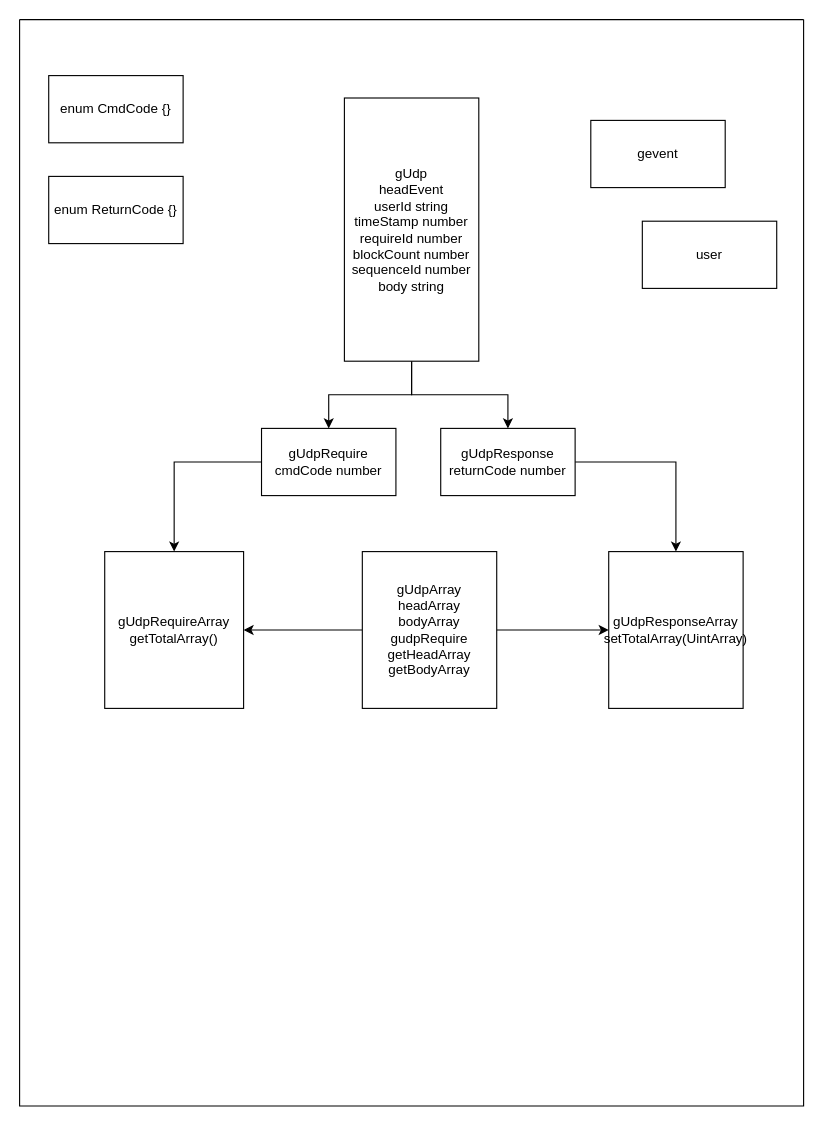
Above: Untitled Diagram.drawio in 605682883/flowPhoto (draw.io), before the change. Source tidied: cells renumbered, new cells numbered last; positions are measured from the earlier drawing's top-left corner, leaving out a move shared by most shapes. Both pictures are drawn from the tidied source at 112%, with x=0, y=0 at pixel (19, 19).
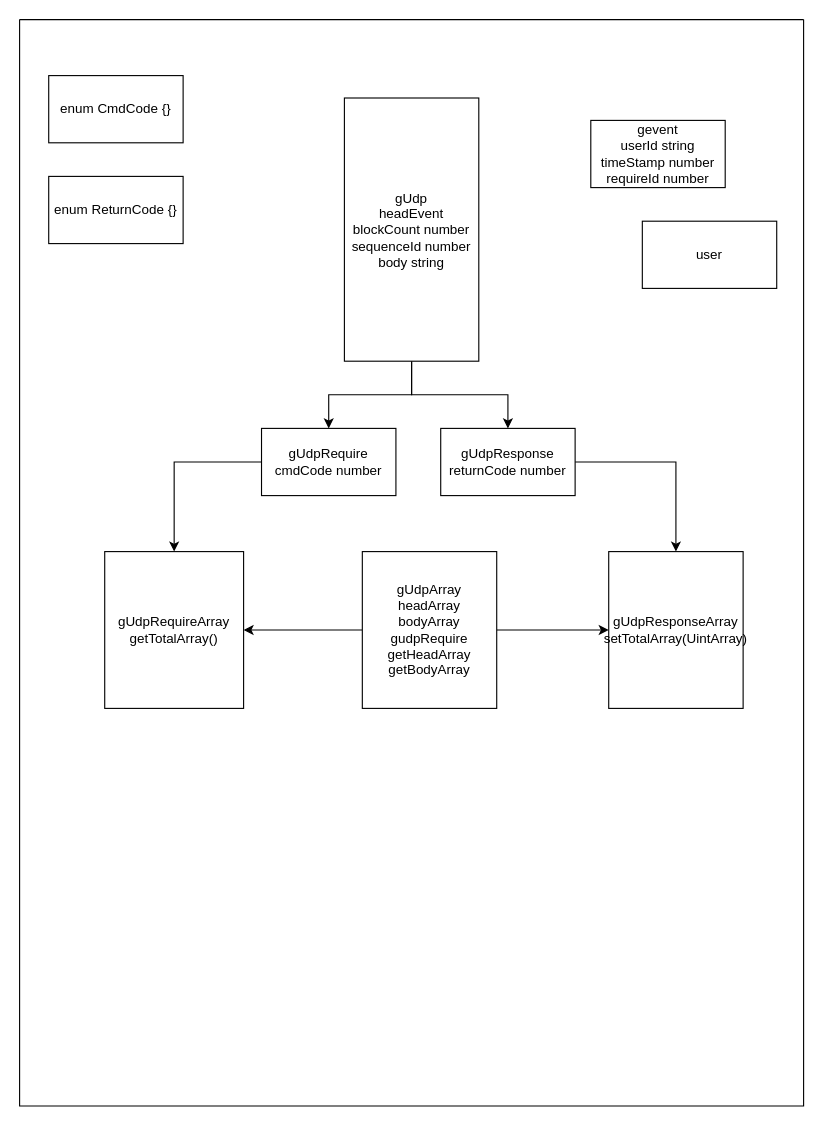
The same page after the edit.

Change to the diagram source:
```diff
@@
 <mxGraphModel>
   <root>
     <mxCell id="0" />
     <mxCell id="1" parent="0" />
     <mxCell id="2" style="swimlane;startSize=0;" parent="1" vertex="1">
       <mxGeometry width="700" height="970" as="geometry" />
     </mxCell>
     <mxCell id="3" value="user" style="rounded=0;whiteSpace=wrap;html=1;" parent="2" vertex="1">
       <mxGeometry x="556" y="180" width="120" height="60" as="geometry" />
     </mxCell>
     <mxCell id="4" style="edgeStyle=orthogonalEdgeStyle;rounded=0;jettySize=auto;html=1;" parent="2" edge="1" source="6" target="15">
       <mxGeometry relative="1" as="geometry" />
     </mxCell>
     <mxCell id="5" style="edgeStyle=orthogonalEdgeStyle;rounded=0;jettySize=auto;html=1;" parent="2" edge="1" source="6" target="16">
       <mxGeometry relative="1" as="geometry" />
     </mxCell>
     <mxCell id="6" value="gUdpArray&lt;br&gt;headArray&lt;br&gt;bodyArray&lt;br&gt;gudpRequire&lt;br&gt;getHeadArray&lt;br&gt;getBodyArray" style="rounded=0;whiteSpace=wrap;html=1;" parent="2" vertex="1">
       <mxGeometry x="306" y="475" width="120" height="140" as="geometry" />
     </mxCell>
-    <mxCell id="7" value="gevent" style="rounded=0;whiteSpace=wrap;html=1;" parent="2" vertex="1">
+    <mxCell id="7" value="gevent&lt;br&gt;userId string&lt;br&gt;timeStamp number&lt;br&gt;requireId number" style="rounded=0;whiteSpace=wrap;html=1;" parent="2" vertex="1">
       <mxGeometry x="510" y="90" width="120" height="60" as="geometry" />
     </mxCell>
     <mxCell id="8" style="edgeStyle=orthogonalEdgeStyle;rounded=0;jettySize=auto;html=1;" parent="2" edge="1" source="10" target="12">
       <mxGeometry relative="1" as="geometry" />
     </mxCell>
     <mxCell id="9" style="edgeStyle=orthogonalEdgeStyle;rounded=0;jettySize=auto;html=1;" parent="2" edge="1" source="10" target="14">
       <mxGeometry relative="1" as="geometry" />
     </mxCell>
-    <mxCell id="10" value="gUdp&lt;br&gt;headEvent&lt;br&gt;userId string&lt;br&gt;timeStamp number&lt;br&gt;requireId number&lt;br&gt;blockCount number&lt;br&gt;sequenceId number&lt;br&gt;body string" style="rounded=0;whiteSpace=wrap;html=1;" parent="2" vertex="1">
+    <mxCell id="10" value="gUdp&lt;br&gt;headEvent&lt;br&gt;blockCount number&lt;br&gt;sequenceId number&lt;br&gt;body string" style="rounded=0;whiteSpace=wrap;html=1;" parent="2" vertex="1">
       <mxGeometry x="290" y="70" width="120" height="235" as="geometry" />
     </mxCell>
     <mxCell id="11" style="edgeStyle=orthogonalEdgeStyle;rounded=0;jettySize=auto;html=1;entryX=0.5;entryY=0;entryDx=0;entryDy=0;" parent="2" edge="1" source="12" target="15">
       <mxGeometry relative="1" as="geometry" />
     </mxCell>
     <mxCell id="12" value="&lt;span&gt;gUdpRequire&lt;br&gt;cmdCode number&lt;/span&gt;" style="rounded=0;whiteSpace=wrap;html=1;" parent="2" vertex="1">
       <mxGeometry x="216" y="365" width="120" height="60" as="geometry" />
     </mxCell>
     <mxCell id="13" style="edgeStyle=orthogonalEdgeStyle;rounded=0;jettySize=auto;html=1;entryX=0.5;entryY=0;entryDx=0;entryDy=0;" parent="2" edge="1" source="14" target="16">
       <mxGeometry relative="1" as="geometry" />
     </mxCell>
     <mxCell id="14" value="&lt;span&gt;gUdpResponse&lt;br&gt;returnCode number&lt;/span&gt;" style="rounded=0;whiteSpace=wrap;html=1;" parent="2" vertex="1">
       <mxGeometry x="376" y="365" width="120" height="60" as="geometry" />
     </mxCell>
     <mxCell id="15" value="gUdpRequireArray&lt;br&gt;getTotalArray()" style="rounded=0;whiteSpace=wrap;html=1;" parent="2" vertex="1">
       <mxGeometry x="76" y="475" width="124" height="140" as="geometry" />
     </mxCell>
     <mxCell id="16" value="gUdpResponseArray&lt;br&gt;setTotalArray(UintArray)" style="rounded=0;whiteSpace=wrap;html=1;" parent="2" vertex="1">
       <mxGeometry x="526" y="475" width="120" height="140" as="geometry" />
     </mxCell>
     <mxCell id="17" value="enum CmdCode {}" style="rounded=0;whiteSpace=wrap;html=1;" parent="2" vertex="1">
       <mxGeometry x="26" y="50" width="120" height="60" as="geometry" />
     </mxCell>
     <mxCell id="18" value="enum ReturnCode {}" style="rounded=0;whiteSpace=wrap;html=1;" parent="2" vertex="1">
       <mxGeometry x="26" y="140" width="120" height="60" as="geometry" />
     </mxCell>
   </root>
 </mxGraphModel>
```
